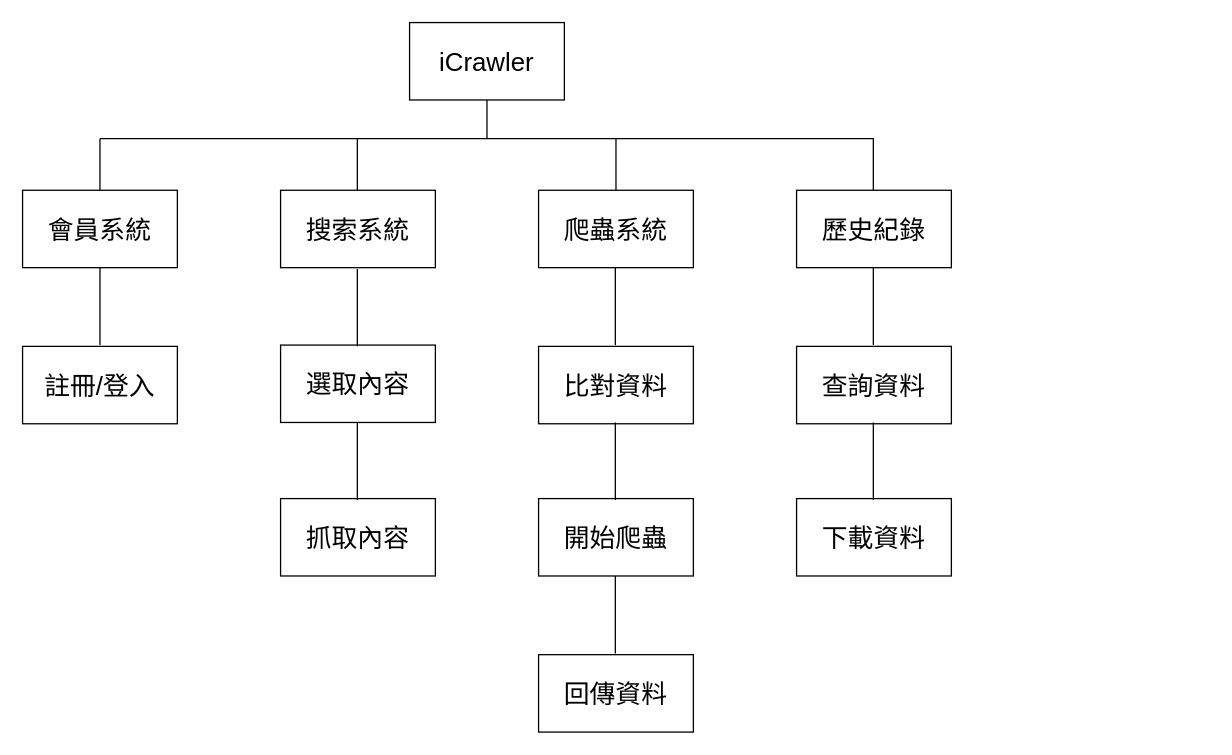
chunghaonien/topic_108 keeps this draw.io diagram as 手冊圖片/功能分解圖.drawio. Above is the earlier version. Source tidied: cells renumbered, new cells numbered last; positions are measured from the earlier drawing's top-left corner, leaving out a move shared by most shapes. Both pictures are drawn from the tidied source at 129%, with x=0, y=0 at pixel (22, 22).
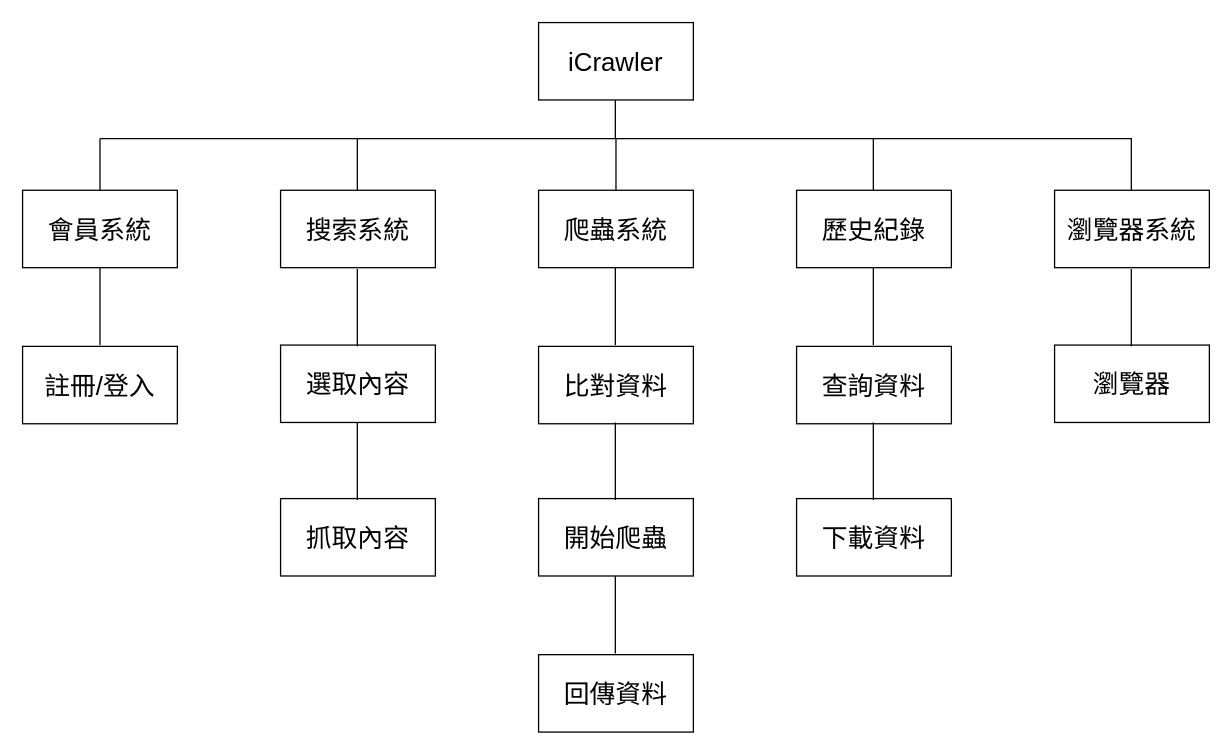
After the change.

Commit message (it also covers changes not shown here):
功能分解圖

The edit, as a diff of the source:
```diff
@@
     <mxCell id="2" value="iCrawler" style="rounded=0;whiteSpace=wrap;html=1;fontSize=20;" parent="1" vertex="1">
-      <mxGeometry x="300" width="120" height="60" as="geometry" />
+      <mxGeometry x="400" width="120" height="60" as="geometry" />
     </mxCell>
@@
     <mxCell id="15" style="endArrow=none;html=1;rounded=0;" parent="1" edge="1">
       <mxGeometry relative="1" as="geometry">
-        <mxPoint x="360" y="90" as="sourcePoint" />
-        <mxPoint x="360" y="60" as="targetPoint" />
+        <mxPoint x="459.5" y="90" as="sourcePoint" />
+        <mxPoint x="459.5" y="60" as="targetPoint" />
       </mxGeometry>
     </mxCell>
     <mxCell id="16" style="endArrow=none;html=1;rounded=0;" parent="1" edge="1">
       <mxGeometry relative="1" as="geometry">
         <mxPoint x="60" y="90" as="sourcePoint" />
-        <mxPoint x="660" y="90" as="targetPoint" />
+        <mxPoint x="860" y="90" as="targetPoint" />
       </mxGeometry>
     </mxCell>
@@
+    <mxCell id="29" value="瀏覽器系統" style="rounded=0;whiteSpace=wrap;html=1;fontSize=20;" parent="1" vertex="1">
+      <mxGeometry x="800" y="130" width="120" height="60" as="geometry" />
+    </mxCell>
+    <mxCell id="30" value="瀏覽器" style="rounded=0;whiteSpace=wrap;html=1;fontSize=20;" parent="1" vertex="1">
+      <mxGeometry x="800" y="250" width="120" height="60" as="geometry" />
+    </mxCell>
+    <mxCell id="31" style="endArrow=none;html=1;rounded=0;exitX=0.5;exitY=0;exitDx=0;exitDy=0;" parent="1" edge="1">
+      <mxGeometry relative="1" as="geometry">
+        <mxPoint x="859.5" y="130" as="sourcePoint" />
+        <mxPoint x="859.5" y="90" as="targetPoint" />
+      </mxGeometry>
+    </mxCell>
+    <mxCell id="32" style="endArrow=none;html=1;rounded=0;" parent="1" edge="1">
+      <mxGeometry relative="1" as="geometry">
+        <mxPoint x="859.5" y="251" as="sourcePoint" />
+        <mxPoint x="859.5" y="191" as="targetPoint" />
+      </mxGeometry>
+    </mxCell>
```
